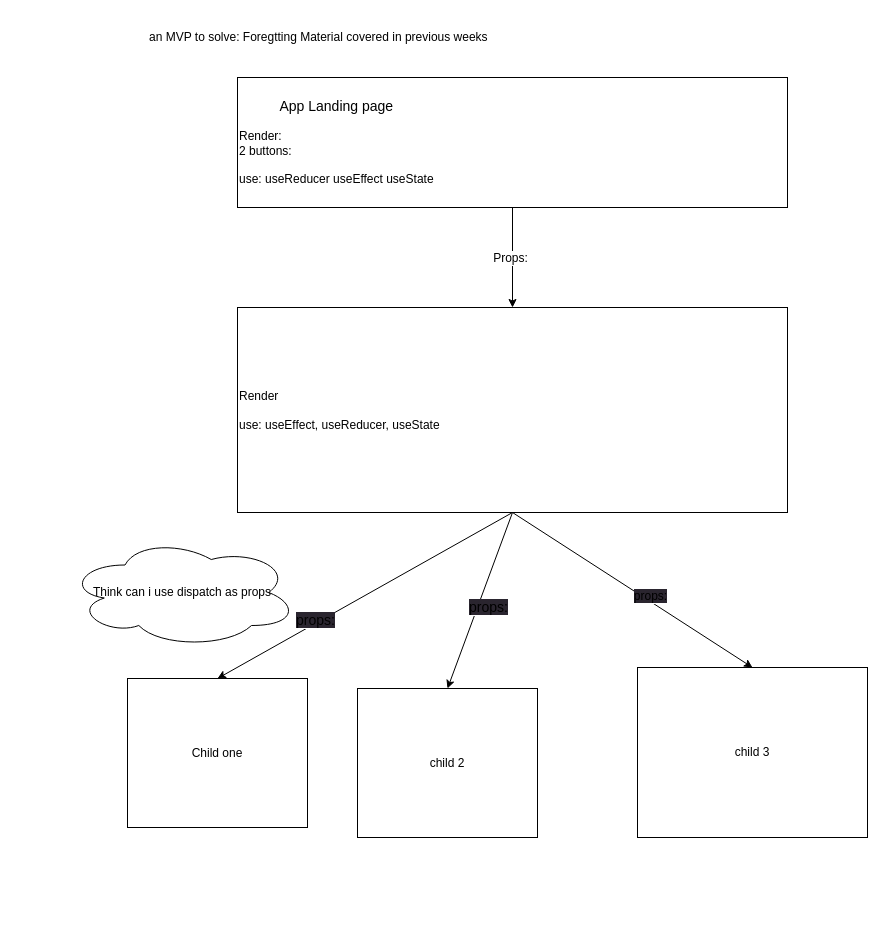
The draw.io diagram AppTreeFlow.drawio in shervincm/Memory-Jogger, before the edit. Source tidied: cells renumbered, new cells numbered last; positions are measured from the earlier drawing's top-left corner, leaving out a move shared by most shapes. Both pictures are drawn from the tidied source at 100%, with x=0, y=0 at pixel (67, 17).
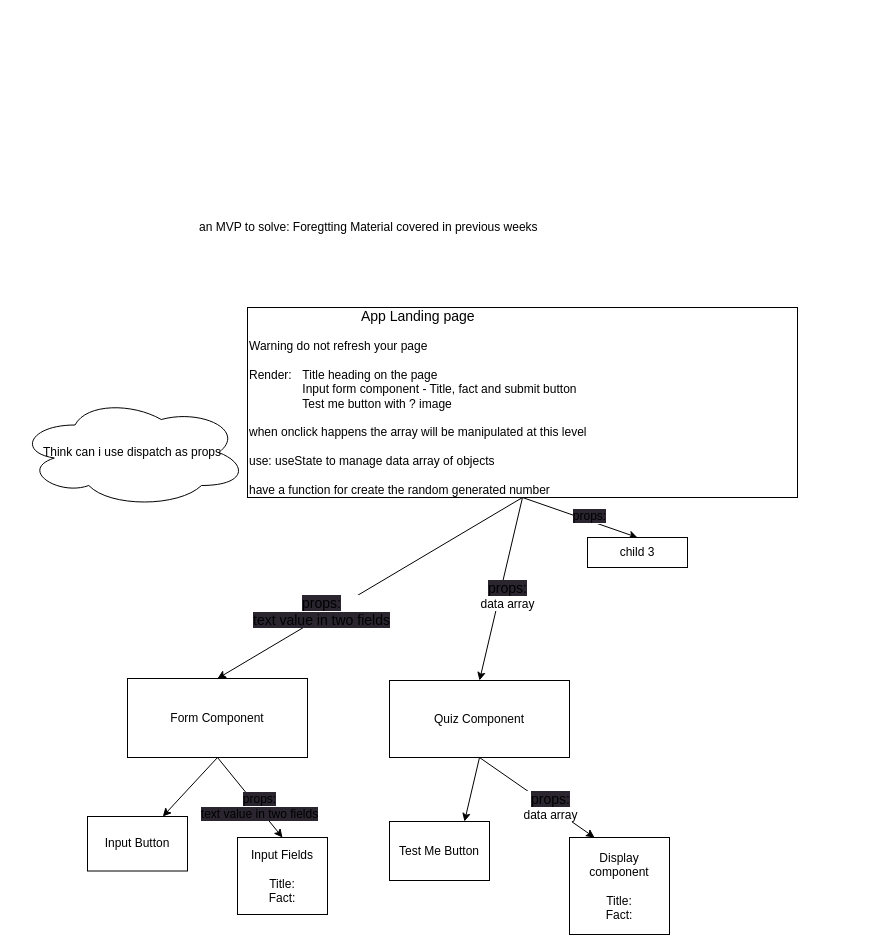
The same page after the edit.

Commit message:
tree diagram updated

Diff of the diagram source:
```diff
@@
-    <mxCell id="2" style="edgeStyle=none;html=1;exitX=0.5;exitY=1;exitDx=0;exitDy=0;fontSize=14;" parent="1" edge="1" source="4" target="13">
-      <mxGeometry relative="1" as="geometry" />
-    </mxCell>
-    <mxCell id="3" value="Props:" style="edgeLabel;html=1;align=center;verticalAlign=middle;fontSize=12;" parent="2" vertex="1">
-      <mxGeometry x="-0.35" y="-1" relative="1" as="geometry">
-        <mxPoint x="-2" y="17" as="offset" />
-      </mxGeometry>
-    </mxCell>
-    <mxCell id="4" value="&lt;div style=&quot;text-align: center;&quot;&gt;&lt;span style=&quot;background-color: initial;&quot;&gt;&lt;font style=&quot;font-size: 14px;&quot;&gt;App Landing page&lt;/font&gt;&lt;/span&gt;&lt;/div&gt;&lt;br&gt;Render:&amp;nbsp;&lt;br&gt;2 buttons:&amp;nbsp;&lt;br&gt;&lt;br&gt;use: useReducer useEffect useState" style="rounded=0;whiteSpace=wrap;html=1;align=left;" parent="1" vertex="1">
-      <mxGeometry x="170" y="60" width="550" height="130" as="geometry" />
+    <mxCell id="4" value="&lt;div style=&quot;text-align: center;&quot;&gt;&lt;span style=&quot;background-color: initial;&quot;&gt;&lt;font style=&quot;font-size: 14px;&quot;&gt;App Landing page&lt;/font&gt;&lt;/span&gt;&lt;/div&gt;&lt;br&gt;Warning do not refresh your page&lt;br&gt;&lt;br&gt;Render: &lt;span style=&quot;white-space: pre;&quot;&gt;&#9;&lt;/span&gt;Title heading on the page&lt;br&gt;&lt;span style=&quot;&quot;&gt;&#9;&lt;/span&gt;&lt;span style=&quot;&quot;&gt;&#9;&lt;/span&gt;&lt;span style=&quot;white-space: pre;&quot;&gt;&#9;&lt;/span&gt;&lt;span style=&quot;white-space: pre;&quot;&gt;&#9;&lt;/span&gt;Input form component - Title, fact and submit button&lt;br&gt;&lt;span style=&quot;&quot;&gt;&#9;&lt;/span&gt;&lt;span style=&quot;&quot;&gt;&#9;&lt;/span&gt;&lt;span style=&quot;white-space: pre;&quot;&gt;&#9;&lt;/span&gt;&lt;span style=&quot;white-space: pre;&quot;&gt;&#9;&lt;/span&gt;Test me button with ? image&lt;br&gt;&lt;br&gt;when onclick happens the array will be manipulated at this level&lt;br&gt;&lt;br&gt;use: useState to manage data array of objects&lt;br&gt;&lt;br&gt;have a function for create the random generated number" style="rounded=0;whiteSpace=wrap;html=1;align=left;" parent="1" vertex="1">
+      <mxGeometry x="180" y="290" width="550" height="190" as="geometry" />
     </mxCell>
+    <mxCell id="17" style="edgeStyle=none;html=1;exitX=0.5;exitY=1;exitDx=0;exitDy=0;entryX=0.75;entryY=0;entryDx=0;entryDy=0;" parent="1" edge="1" source="5" target="25">
+      <mxGeometry relative="1" as="geometry" />
+    </mxCell>
+    <mxCell id="18" style="edgeStyle=none;html=1;exitX=0.5;exitY=1;exitDx=0;exitDy=0;entryX=0.25;entryY=0;entryDx=0;entryDy=0;" parent="1" edge="1" source="5" target="26">
+      <mxGeometry relative="1" as="geometry" />
+    </mxCell>
+    <mxCell id="19" value="&lt;span style=&quot;font-size: 14px; text-align: left; background-color: rgb(42, 37, 47);&quot;&gt;props:&lt;br&gt;&lt;/span&gt;data array" style="edgeLabel;html=1;align=center;verticalAlign=middle;fontSize=12;" parent="18" vertex="1">
+      <mxGeometry x="0.23" relative="1" as="geometry">
+        <mxPoint y="-1" as="offset" />
+      </mxGeometry>
+    </mxCell>
-    <mxCell id="5" value="child 2" style="rounded=0;whiteSpace=wrap;html=1;" parent="1" vertex="1">
-      <mxGeometry x="290" y="671" width="180" height="149" as="geometry" />
+    <mxCell id="5" value="Quiz Component" style="rounded=0;whiteSpace=wrap;html=1;" parent="1" vertex="1">
+      <mxGeometry x="322" y="663" width="180" height="77" as="geometry" />
     </mxCell>
+    <mxCell id="20" style="edgeStyle=none;html=1;exitX=0.5;exitY=1;exitDx=0;exitDy=0;entryX=0.5;entryY=0;entryDx=0;entryDy=0;" parent="1" edge="1" source="6" target="23">
+      <mxGeometry relative="1" as="geometry" />
+    </mxCell>
+    <mxCell id="21" value="&lt;font style=&quot;font-size: 12px;&quot;&gt;&lt;span style=&quot;text-align: left; background-color: rgb(42, 37, 47);&quot;&gt;props:&lt;/span&gt;&lt;br style=&quot;text-align: left;&quot;&gt;&lt;span style=&quot;text-align: left; background-color: rgb(42, 37, 47);&quot;&gt;text value in two fields&lt;/span&gt;&lt;/font&gt;" style="edgeLabel;html=1;align=center;verticalAlign=middle;" parent="20" vertex="1">
+      <mxGeometry x="0.23" y="1" relative="1" as="geometry">
+        <mxPoint x="1" as="offset" />
+      </mxGeometry>
+    </mxCell>
+    <mxCell id="22" style="edgeStyle=none;html=1;exitX=0.5;exitY=1;exitDx=0;exitDy=0;" parent="1" edge="1" source="6" target="24">
+      <mxGeometry relative="1" as="geometry" />
+    </mxCell>
-    <mxCell id="6" value="Child one" style="rounded=0;whiteSpace=wrap;html=1;" parent="1" vertex="1">
-      <mxGeometry x="60" y="661" width="180" height="149" as="geometry" />
+    <mxCell id="6" value="Form Component" style="rounded=0;whiteSpace=wrap;html=1;" parent="1" vertex="1">
+      <mxGeometry x="60" y="661" width="180" height="79" as="geometry" />
     </mxCell>
-    <mxCell id="7" style="edgeStyle=none;html=1;exitX=0.5;exitY=1;exitDx=0;exitDy=0;fontSize=14;entryX=0.5;entryY=0;entryDx=0;entryDy=0;" parent="1" edge="1" source="13" target="6">
+    <mxCell id="7" style="edgeStyle=none;html=1;exitX=0.5;exitY=1;exitDx=0;exitDy=0;fontSize=14;entryX=0.5;entryY=0;entryDx=0;entryDy=0;" parent="1" edge="1" source="4" target="6">
       <mxGeometry relative="1" as="geometry" />
     </mxCell>
-    <mxCell id="8" value="&lt;span style=&quot;font-size: 14px; text-align: left; background-color: rgb(42, 37, 47);&quot;&gt;props:&lt;br&gt;&lt;/span&gt;" style="edgeLabel;html=1;align=center;verticalAlign=middle;fontSize=12;" parent="7" vertex="1">
+    <mxCell id="8" value="&lt;span style=&quot;font-size: 14px; text-align: left; background-color: rgb(42, 37, 47);&quot;&gt;props:&lt;br&gt;text value in two fields&lt;br&gt;&lt;/span&gt;" style="edgeLabel;html=1;align=center;verticalAlign=middle;fontSize=12;" parent="7" vertex="1">
       <mxGeometry x="-0.13" y="-2" relative="1" as="geometry">
         <mxPoint x="-68" y="37" as="offset" />
       </mxGeometry>
     </mxCell>
-    <mxCell id="9" style="edgeStyle=none;html=1;exitX=0.5;exitY=1;exitDx=0;exitDy=0;entryX=0.5;entryY=0;entryDx=0;entryDy=0;fontSize=14;" parent="1" edge="1" source="13" target="5">
+    <mxCell id="9" style="edgeStyle=none;html=1;exitX=0.5;exitY=1;exitDx=0;exitDy=0;entryX=0.5;entryY=0;entryDx=0;entryDy=0;fontSize=14;" parent="1" edge="1" source="4" target="5">
       <mxGeometry relative="1" as="geometry" />
     </mxCell>
-    <mxCell id="10" value="&lt;span style=&quot;font-size: 14px; text-align: left; background-color: rgb(42, 37, 47);&quot;&gt;props:&lt;/span&gt;&lt;br style=&quot;font-size: 14px; text-align: left; background-color: rgb(42, 37, 47);&quot;&gt;" style="edgeLabel;html=1;align=center;verticalAlign=middle;fontSize=12;" parent="9" vertex="1">
+    <mxCell id="10" value="&lt;span style=&quot;font-size: 14px; text-align: left; background-color: rgb(42, 37, 47);&quot;&gt;props:&lt;br&gt;&lt;/span&gt;data array" style="edgeLabel;html=1;align=center;verticalAlign=middle;fontSize=12;" parent="9" vertex="1">
       <mxGeometry x="-0.18" y="-1" relative="1" as="geometry">
         <mxPoint x="3" y="23" as="offset" />
       </mxGeometry>
     </mxCell>
-    <mxCell id="11" style="edgeStyle=none;html=1;exitX=0.5;exitY=1;exitDx=0;exitDy=0;entryX=0.5;entryY=0;entryDx=0;entryDy=0;fontSize=14;" parent="1" edge="1" source="13" target="14">
+    <mxCell id="11" style="edgeStyle=none;html=1;exitX=0.5;exitY=1;exitDx=0;exitDy=0;entryX=0.5;entryY=0;entryDx=0;entryDy=0;fontSize=14;" parent="1" edge="1" source="4" target="14">
       <mxGeometry relative="1" as="geometry" />
     </mxCell>
@@
-    <mxCell id="13" value="&lt;div style=&quot;&quot;&gt;&lt;span style=&quot;background-color: initial;&quot;&gt;Render&amp;nbsp;&lt;/span&gt;&lt;/div&gt;&lt;div style=&quot;&quot;&gt;&lt;span style=&quot;background-color: initial;&quot;&gt;&lt;br&gt;&lt;/span&gt;&lt;/div&gt;&lt;div style=&quot;&quot;&gt;&lt;span style=&quot;background-color: initial;&quot;&gt;use: useEffect, useReducer, useState&lt;/span&gt;&lt;/div&gt;" style="rounded=0;whiteSpace=wrap;html=1;align=left;" parent="1" vertex="1">
-      <mxGeometry x="170" y="290" width="550" height="205" as="geometry" />
-    </mxCell>
     <mxCell id="14" value="child 3" style="rounded=0;whiteSpace=wrap;html=1;" parent="1" vertex="1">
-      <mxGeometry x="570" y="650" width="230" height="170" as="geometry" />
+      <mxGeometry x="520" y="520" width="100" height="30" as="geometry" />
     </mxCell>
     <mxCell id="15" value="an MVP to solve: Foregtting Material covered in previous weeks" style="text;html=1;strokeColor=none;fillColor=none;align=left;verticalAlign=middle;whiteSpace=wrap;rounded=0;" parent="1" vertex="1">
-      <mxGeometry x="80" width="590" height="40" as="geometry" />
+      <mxGeometry x="130" y="190" width="590" height="40" as="geometry" />
     </mxCell>
     <mxCell id="16" value="Think can i use dispatch as props" style="ellipse;shape=cloud;whiteSpace=wrap;html=1;fontSize=12;" parent="1" vertex="1">
-      <mxGeometry y="520" width="230" height="110" as="geometry" />
+      <mxGeometry x="-50" y="380" width="230" height="110" as="geometry" />
     </mxCell>
+    <mxCell id="23" value="Input Fields&lt;br&gt;&lt;br&gt;Title:&lt;br&gt;Fact:" style="rounded=0;whiteSpace=wrap;html=1;" parent="1" vertex="1">
+      <mxGeometry x="170" y="820" width="90" height="77" as="geometry" />
+    </mxCell>
+    <mxCell id="24" value="Input Button" style="rounded=0;whiteSpace=wrap;html=1;" parent="1" vertex="1">
+      <mxGeometry x="20" y="799" width="100" height="54.5" as="geometry" />
+    </mxCell>
+    <mxCell id="25" value="Test Me Button" style="rounded=0;whiteSpace=wrap;html=1;" parent="1" vertex="1">
+      <mxGeometry x="322" y="804" width="100" height="59" as="geometry" />
+    </mxCell>
+    <mxCell id="26" value="Display component&lt;br&gt;&lt;br&gt;Title:&lt;br&gt;Fact:&lt;br&gt;" style="rounded=0;whiteSpace=wrap;html=1;" parent="1" vertex="1">
+      <mxGeometry x="502" y="820" width="100" height="97" as="geometry" />
+    </mxCell>
```
